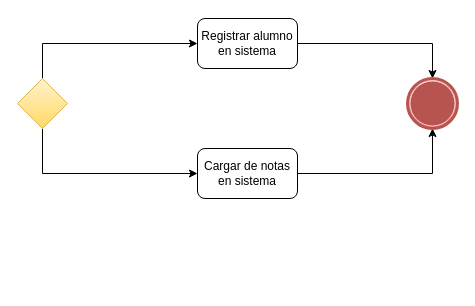
Before: BPMN/Eventos/eventofinterminal.drawio in IbarraZ11/Ing_Soft_2, a draw.io diagram. Source tidied: cells renumbered, new cells numbered last; positions are measured from the earlier drawing's top-left corner, leaving out a move shared by most shapes. Both pictures are drawn from the tidied source at 100%, with x=0, y=0 at pixel (17, 18).
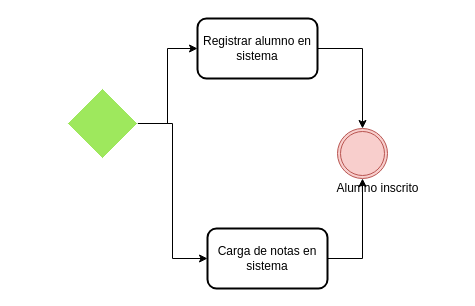
Above is the later version.

Change to the diagram source:
```diff
@@
 <mxGraphModel>
   <root>
     <mxCell id="0" />
     <mxCell id="1" parent="0" />
-    <mxCell id="2" style="edgeStyle=orthogonalEdgeStyle;rounded=0;jettySize=auto;html=1;entryX=0;entryY=0.5;entryDx=0;entryDy=0;" parent="1" edge="1" source="4" target="6">
-      <mxGeometry relative="1" as="geometry">
-        <Array as="points">
-          <mxPoint x="25" y="25" />
-        </Array>
-      </mxGeometry>
-    </mxCell>
-    <mxCell id="3" style="edgeStyle=orthogonalEdgeStyle;rounded=0;jettySize=auto;html=1;entryX=0;entryY=0.5;entryDx=0;entryDy=0;" parent="1" edge="1" source="4" target="8">
-      <mxGeometry relative="1" as="geometry">
-        <Array as="points">
-          <mxPoint x="25" y="155" />
-        </Array>
-      </mxGeometry>
-    </mxCell>
-    <mxCell id="4" style="rhombus;whiteSpace=wrap;html=1;gradientColor=#ffd966;fillColor=#fff2cc;strokeColor=#d6b656;" parent="1" vertex="1">
-      <mxGeometry y="60" width="50" height="50" as="geometry" />
-    </mxCell>
-    <mxCell id="5" style="edgeStyle=orthogonalEdgeStyle;rounded=0;jettySize=auto;html=1;entryX=0.5;entryY=0;entryDx=0;entryDy=0;entryPerimeter=0;" parent="1" edge="1" source="6" target="9">
-      <mxGeometry relative="1" as="geometry" />
-    </mxCell>
+    <mxCell id="10" style="edgeStyle=orthogonalEdgeStyle;rounded=0;jettySize=auto;html=1;" parent="1" edge="1" source="6" target="13">
+      <mxGeometry relative="1" as="geometry" />
+    </mxCell>
-    <mxCell id="6" value="Registrar alumno en sistema" style="rounded=1;whiteSpace=wrap;html=1;" parent="1" vertex="1">
-      <mxGeometry x="180" width="100" height="50" as="geometry" />
+    <mxCell id="6" value="Registrar alumno en sistema" style="rounded=1;whiteSpace=wrap;html=1;strokeWidth=2;" parent="1" vertex="1">
+      <mxGeometry x="180" width="120" height="60" as="geometry" />
     </mxCell>
-    <mxCell id="7" style="edgeStyle=orthogonalEdgeStyle;rounded=0;jettySize=auto;html=1;entryX=0.5;entryY=1;entryDx=0;entryDy=0;entryPerimeter=0;" parent="1" edge="1" source="8" target="9">
-      <mxGeometry relative="1" as="geometry" />
-    </mxCell>
-    <mxCell id="8" value="Cargar de notas en sistema" style="rounded=1;whiteSpace=wrap;html=1;" parent="1" vertex="1">
-      <mxGeometry x="180" y="130" width="100" height="50" as="geometry" />
-    </mxCell>
-    <mxCell id="9" style="points=[[0.145,0.145,0],[0.5,0,0],[0.855,0.145,0],[1,0.5,0],[0.855,0.855,0],[0.5,1,0],[0.145,0.855,0],[0,0.5,0]];shape=mxgraph.bpmn.event;html=1;verticalLabelPosition=bottom;labelBackgroundColor=#ffffff;verticalAlign=top;align=center;perimeter=ellipsePerimeter;outlineConnect=0;outline=end;symbol=terminate;gradientColor=#ea6b66;fillColor=#f8cecc;strokeColor=#b85450;" parent="1" vertex="1">
-      <mxGeometry x="390" y="60" width="50" height="50" as="geometry" />
-    </mxCell>
+    <mxCell id="11" style="edgeStyle=orthogonalEdgeStyle;rounded=0;jettySize=auto;html=1;entryX=0.5;entryY=1;entryDx=0;entryDy=0;entryPerimeter=0;" parent="1" edge="1" source="12" target="13">
+      <mxGeometry relative="1" as="geometry" />
+    </mxCell>
+    <mxCell id="12" value="Carga de notas en sistema" style="rounded=1;whiteSpace=wrap;html=1;strokeWidth=2;" parent="1" vertex="1">
+      <mxGeometry x="190" y="210" width="120" height="60" as="geometry" />
+    </mxCell>
+    <mxCell id="13" style="points=[[0.145,0.145,0],[0.5,0,0],[0.855,0.145,0],[1,0.5,0],[0.855,0.855,0],[0.5,1,0],[0.145,0.855,0],[0,0.5,0]];shape=mxgraph.bpmn.event;html=1;verticalLabelPosition=bottom;labelBackgroundColor=#ffffff;verticalAlign=top;align=center;perimeter=ellipsePerimeter;outlineConnect=0;outline=throwing;symbol=general;strokeColor=#b85450;strokeWidth=1;fillColor=#f8cecc;" parent="1" vertex="1">
+      <mxGeometry x="320" y="110" width="50" height="50" as="geometry" />
+    </mxCell>
+    <mxCell id="14" style="edgeStyle=orthogonalEdgeStyle;rounded=0;jettySize=auto;html=1;entryX=0;entryY=0.5;entryDx=0;entryDy=0;" parent="1" edge="1" source="16" target="6">
+      <mxGeometry relative="1" as="geometry" />
+    </mxCell>
+    <mxCell id="15" style="edgeStyle=orthogonalEdgeStyle;rounded=0;jettySize=auto;html=1;entryX=0;entryY=0.5;entryDx=0;entryDy=0;" parent="1" edge="1" source="16" target="12">
+      <mxGeometry relative="1" as="geometry" />
+    </mxCell>
+    <mxCell id="16" style="rhombus;whiteSpace=wrap;html=1;strokeColor=#ffffff;strokeWidth=1;fillColor=#9EE85D;" parent="1" vertex="1">
+      <mxGeometry x="50" y="70" width="70" height="70" as="geometry" />
+    </mxCell>
+    <mxCell id="17" value="Alumno inscrito" style="text;html=1;align=center;verticalAlign=middle;strokeColor=none;fillColor=none;" parent="1" vertex="1">
+      <mxGeometry x="305" y="155" width="110" height="30" as="geometry" />
+    </mxCell>
   </root>
 </mxGraphModel>
```
